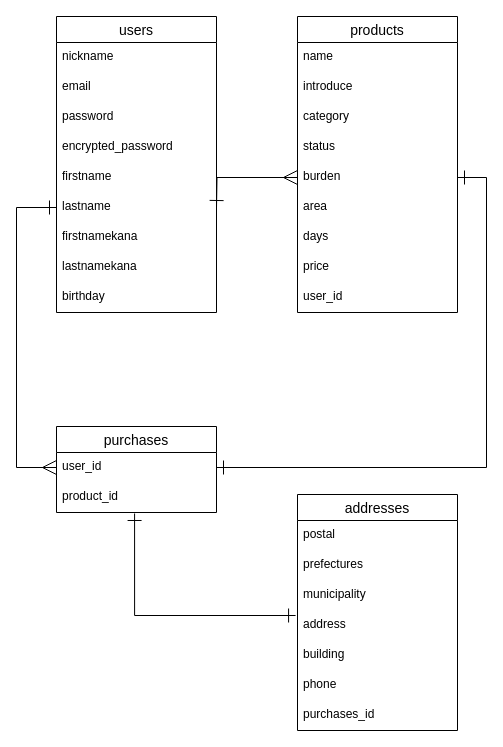
masu1031/furima-35551 keeps this draw.io diagram as ERpic.dio. Above is the earlier version. Source tidied: cells renumbered, new cells numbered last; positions are measured from the earlier drawing's top-left corner, leaving out a move shared by most shapes. Both pictures are drawn from the tidied source at 100%, with x=0, y=0 at pixel (16, 16).
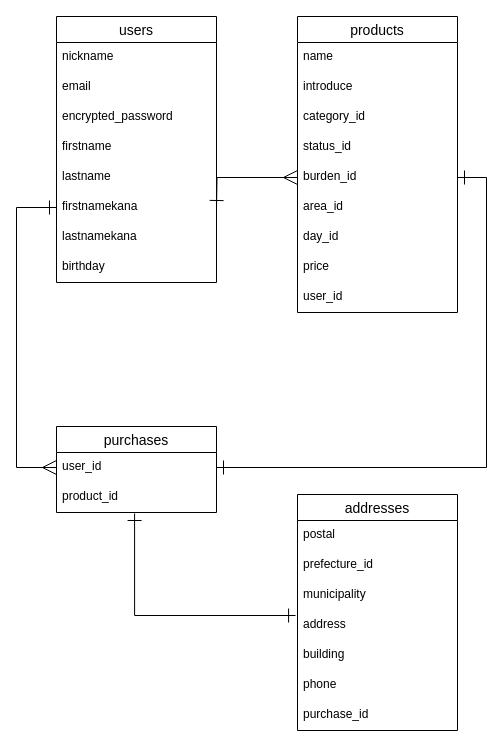
The same diagram, later.

Commit message (it also covers changes not shown here):
データベース設計　直し３

fix：
カラム名やアソシエーションの修正

The change refers to these unchanged cells:
```xml
<mxCell id="12" value="products" style="swimlane;fontStyle=0;horizontal=1;startSize=26;align=center;fontSize=14;" parent="1" vertex="1">
  <mxGeometry x="281" width="160" height="296" as="geometry" />
</mxCell>
<mxCell id="28" value="addresses" style="swimlane;fontStyle=0;horizontal=1;startSize=26;align=center;fontSize=14;" parent="1" vertex="1">
  <mxGeometry x="281" y="478" width="160" height="236" as="geometry" />
</mxCell>
```

Diff of the diagram source:
```diff
@@
     <mxCell id="2" value="users" style="swimlane;fontStyle=0;horizontal=1;startSize=26;align=center;fontSize=14;" parent="1" vertex="1">
-      <mxGeometry x="40" width="160" height="296" as="geometry" />
+      <mxGeometry x="40" width="160" height="266" as="geometry" />
     </mxCell>
@@
-    <mxCell id="5" value="password" style="text;strokeColor=none;fillColor=none;spacingLeft=4;spacingRight=4;overflow=hidden;fontSize=12;" parent="2" vertex="1">
-      <mxGeometry y="86" width="160" height="30" as="geometry" />
-    </mxCell>
     <mxCell id="6" value="encrypted_password" style="text;strokeColor=none;fillColor=none;spacingLeft=4;spacingRight=4;overflow=hidden;fontSize=12;" parent="2" vertex="1">
-      <mxGeometry y="116" width="160" height="30" as="geometry" />
+      <mxGeometry y="86" width="160" height="30" as="geometry" />
     </mxCell>
     <mxCell id="7" value="firstname" style="text;strokeColor=none;fillColor=none;spacingLeft=4;spacingRight=4;overflow=hidden;fontSize=12;" parent="2" vertex="1">
-      <mxGeometry y="146" width="160" height="30" as="geometry" />
+      <mxGeometry y="116" width="160" height="30" as="geometry" />
     </mxCell>
     <mxCell id="8" value="lastname" style="text;strokeColor=none;fillColor=none;spacingLeft=4;spacingRight=4;overflow=hidden;fontSize=12;" parent="2" vertex="1">
-      <mxGeometry y="176" width="160" height="30" as="geometry" />
+      <mxGeometry y="146" width="160" height="30" as="geometry" />
     </mxCell>
     <mxCell id="9" value="firstnamekana" style="text;strokeColor=none;fillColor=none;spacingLeft=4;spacingRight=4;overflow=hidden;fontSize=12;" parent="2" vertex="1">
-      <mxGeometry y="206" width="160" height="30" as="geometry" />
+      <mxGeometry y="176" width="160" height="30" as="geometry" />
     </mxCell>
     <mxCell id="10" value="lastnamekana" style="text;strokeColor=none;fillColor=none;spacingLeft=4;spacingRight=4;overflow=hidden;fontSize=12;" parent="2" vertex="1">
-      <mxGeometry y="236" width="160" height="30" as="geometry" />
+      <mxGeometry y="206" width="160" height="30" as="geometry" />
     </mxCell>
     <mxCell id="11" value="birthday" style="text;strokeColor=none;fillColor=none;spacingLeft=4;spacingRight=4;overflow=hidden;fontSize=12;" parent="2" vertex="1">
-      <mxGeometry y="266" width="160" height="30" as="geometry" />
+      <mxGeometry y="236" width="160" height="30" as="geometry" />
     </mxCell>
@@
-    <mxCell id="15" value="category" style="text;strokeColor=none;fillColor=none;spacingLeft=4;spacingRight=4;overflow=hidden;fontSize=12;" parent="12" vertex="1">
+    <mxCell id="15" value="category_id" style="text;strokeColor=none;fillColor=none;spacingLeft=4;spacingRight=4;overflow=hidden;fontSize=12;" parent="12" vertex="1">
       <mxGeometry y="86" width="160" height="30" as="geometry" />
     </mxCell>
-    <mxCell id="16" value="status" style="text;strokeColor=none;fillColor=none;spacingLeft=4;spacingRight=4;overflow=hidden;fontSize=12;" parent="12" vertex="1">
+    <mxCell id="16" value="status_id" style="text;strokeColor=none;fillColor=none;spacingLeft=4;spacingRight=4;overflow=hidden;fontSize=12;" parent="12" vertex="1">
       <mxGeometry y="116" width="160" height="30" as="geometry" />
     </mxCell>
-    <mxCell id="17" value="burden" style="text;strokeColor=none;fillColor=none;spacingLeft=4;spacingRight=4;overflow=hidden;points=[[0,0.5],[1,0.5]];portConstraint=eastwest;fontSize=12;" parent="12" vertex="1">
+    <mxCell id="17" value="burden_id" style="text;strokeColor=none;fillColor=none;spacingLeft=4;spacingRight=4;overflow=hidden;points=[[0,0.5],[1,0.5]];portConstraint=eastwest;fontSize=12;" parent="12" vertex="1">
       <mxGeometry y="146" width="160" height="30" as="geometry" />
     </mxCell>
-    <mxCell id="18" value="area" style="text;strokeColor=none;fillColor=none;spacingLeft=4;spacingRight=4;overflow=hidden;fontSize=12;" parent="12" vertex="1">
+    <mxCell id="18" value="area_id" style="text;strokeColor=none;fillColor=none;spacingLeft=4;spacingRight=4;overflow=hidden;fontSize=12;" parent="12" vertex="1">
       <mxGeometry y="176" width="160" height="30" as="geometry" />
     </mxCell>
-    <mxCell id="19" value="days" style="text;strokeColor=none;fillColor=none;spacingLeft=4;spacingRight=4;overflow=hidden;fontSize=12;" parent="12" vertex="1">
+    <mxCell id="19" value="day_id" style="text;strokeColor=none;fillColor=none;spacingLeft=4;spacingRight=4;overflow=hidden;fontSize=12;" parent="12" vertex="1">
       <mxGeometry y="206" width="160" height="30" as="geometry" />
     </mxCell>
@@
-    <mxCell id="30" value="prefectures" style="text;strokeColor=none;fillColor=none;spacingLeft=4;spacingRight=4;overflow=hidden;fontSize=12;" parent="28" vertex="1">
+    <mxCell id="30" value="prefecture_id" style="text;strokeColor=none;fillColor=none;spacingLeft=4;spacingRight=4;overflow=hidden;fontSize=12;" parent="28" vertex="1">
       <mxGeometry y="56" width="160" height="30" as="geometry" />
     </mxCell>
@@
-    <mxCell id="35" value="purchases_id" style="text;strokeColor=none;fillColor=none;spacingLeft=4;spacingRight=4;overflow=hidden;fontSize=12;" parent="28" vertex="1">
+    <mxCell id="35" value="purchase_id" style="text;strokeColor=none;fillColor=none;spacingLeft=4;spacingRight=4;overflow=hidden;fontSize=12;" parent="28" vertex="1">
       <mxGeometry y="206" width="160" height="30" as="geometry" />
     </mxCell>
```
